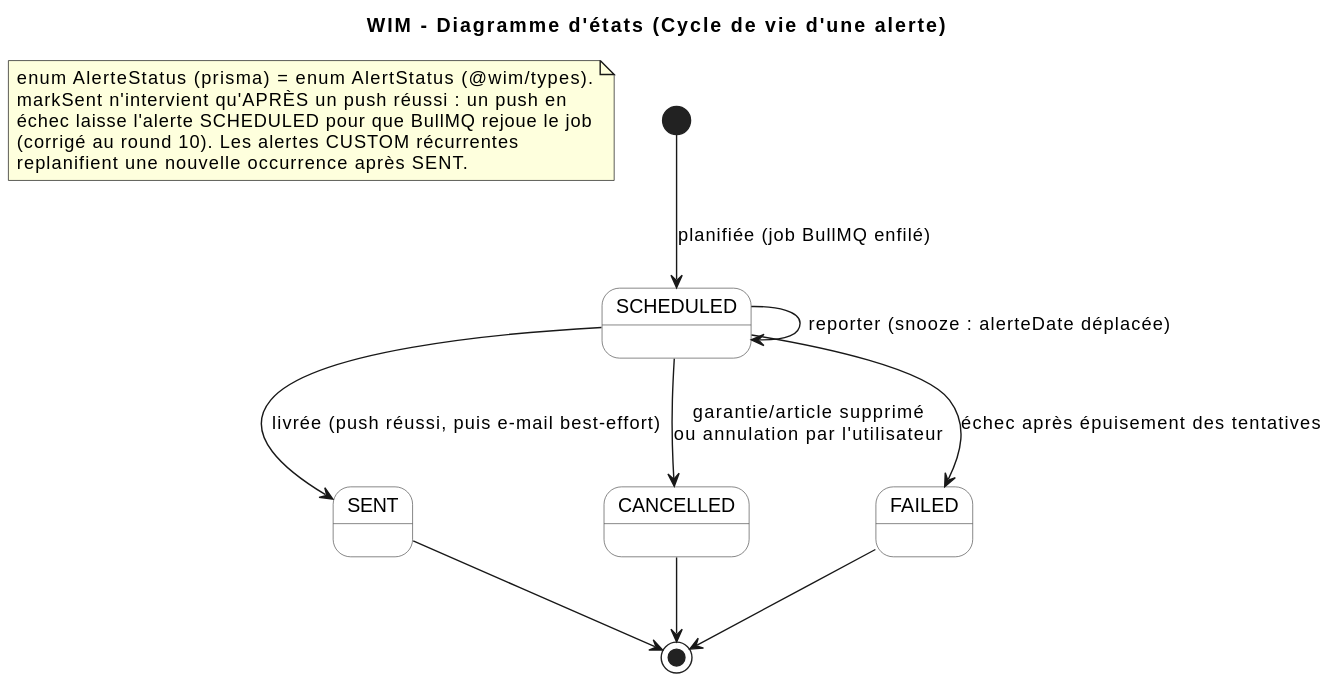
Before: docs/uml/08-state-alerte.svg, a diagram exported from PlantUML (SGCSBorges/WIM). Its source is kept beside it as docs/uml/08-state-alerte.puml.
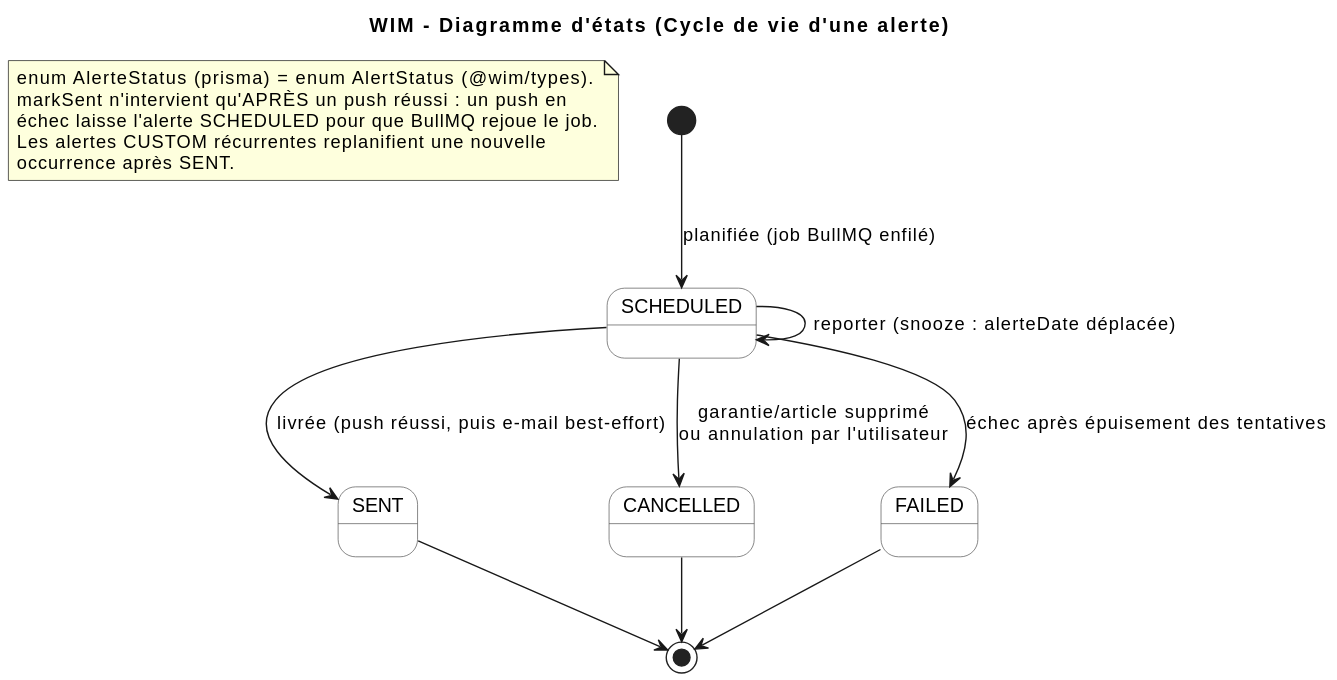
After the change.

What changed in the source:
```diff
@@ -20,8 +20,8 @@
 note as N1
 enum AlerteStatus (prisma) = enum AlertStatus (@wim/types).
 markSent n'intervient qu'APRÈS un push réussi : un push en
-échec laisse l'alerte SCHEDULED pour que BullMQ rejoue le job
-(corrigé au round 10). Les alertes CUSTOM récurrentes
-replanifient une nouvelle occurrence après SENT.
+échec laisse l'alerte SCHEDULED pour que BullMQ rejoue le job.
+Les alertes CUSTOM récurrentes replanifient une nouvelle
+occurrence après SENT.
 end note
 @enduml
```
